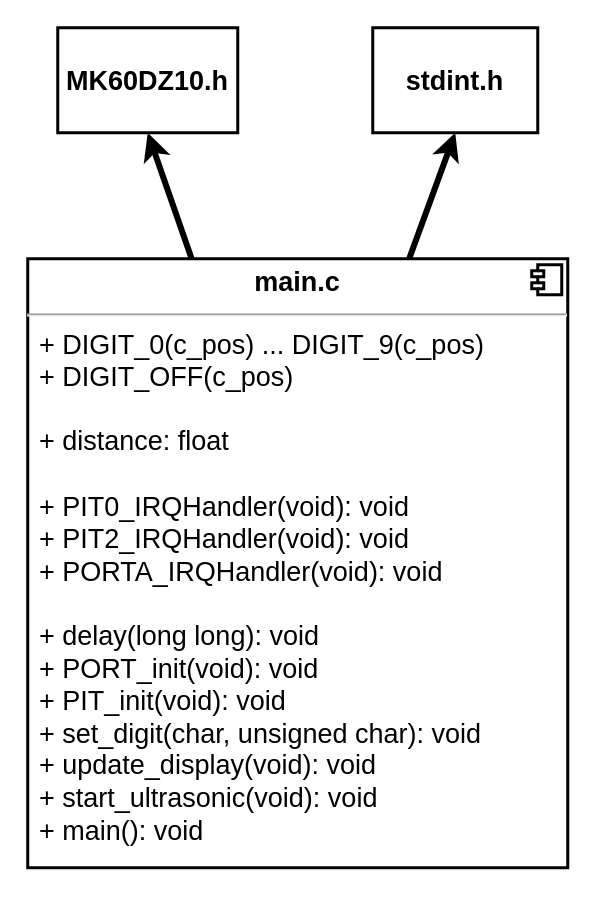
Above: page "Class diagram" (2 of 3) of docs/resources/diagrams.drawio in hungdojan/IMP_Project (draw.io), before the change. Source tidied: cells renumbered, new cells numbered last; positions are measured from the earlier drawing's top-left corner, leaving out a move shared by most shapes. Both pictures are drawn from the tidied source at 150%, with x=0, y=0 at pixel (27, 27).
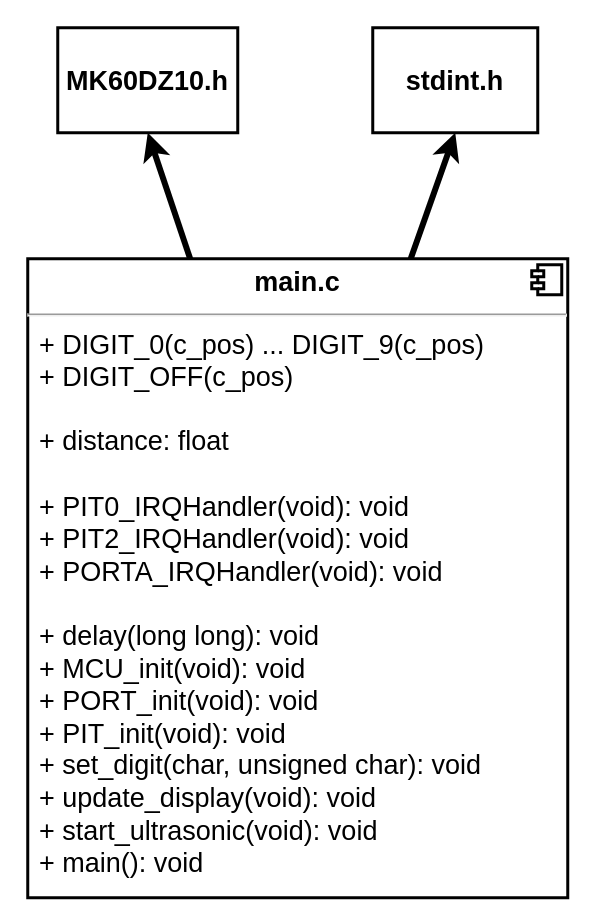
After the change.

Commit message (it also covers changes not shown here):
MCG init

The edit, as a diff of the source:
```diff
@@
 <mxGraphModel>
   <root>
     <mxCell id="0" />
     <mxCell id="1" parent="0" />
     <mxCell id="2" style="html=1;entryX=0.5;entryY=1;entryDx=0;entryDy=0;fontSize=18;elbow=vertical;strokeWidth=4;" parent="1" edge="1" source="4" target="6">
       <mxGeometry relative="1" as="geometry" />
     </mxCell>
     <mxCell id="3" style="edgeStyle=none;html=1;entryX=0.5;entryY=1;entryDx=0;entryDy=0;fontSize=18;strokeWidth=4;elbow=vertical;" parent="1" edge="1" source="4" target="7">
       <mxGeometry relative="1" as="geometry" />
     </mxCell>
-    <mxCell id="4" value="&lt;p style=&quot;margin: 6px 0px 0px; text-align: center; font-size: 18px;&quot;&gt;&lt;b style=&quot;font-size: 18px;&quot;&gt;main.c&lt;/b&gt;&lt;/p&gt;&lt;hr style=&quot;font-size: 18px;&quot;&gt;&lt;p style=&quot;margin: 0px 0px 0px 8px; font-size: 18px;&quot;&gt;+ DIGIT_0(c_pos) ... DIGIT_9(c_pos)&lt;/p&gt;&lt;p style=&quot;margin: 0px 0px 0px 8px; font-size: 18px;&quot;&gt;&lt;span style=&quot;font-size: 18px;&quot;&gt;+ DIGIT_OFF(c_pos)&lt;/span&gt;&lt;/p&gt;&lt;p style=&quot;margin: 0px 0px 0px 8px; font-size: 18px;&quot;&gt;&lt;span style=&quot;font-size: 18px;&quot;&gt;&lt;br style=&quot;font-size: 18px;&quot;&gt;&lt;/span&gt;&lt;/p&gt;&lt;p style=&quot;margin: 0px 0px 0px 8px; font-size: 18px;&quot;&gt;&lt;span style=&quot;font-size: 18px;&quot;&gt;+ distance: float&lt;/span&gt;&lt;/p&gt;&lt;p style=&quot;margin: 0px 0px 0px 8px; font-size: 18px;&quot;&gt;&lt;br style=&quot;font-size: 18px;&quot;&gt;&lt;/p&gt;&lt;p style=&quot;margin: 0px 0px 0px 8px; font-size: 18px;&quot;&gt;+ PIT0_IRQHandler(void): void&lt;/p&gt;&lt;p style=&quot;margin: 0px 0px 0px 8px; font-size: 18px;&quot;&gt;+ PIT2_IRQHandler(void): void&lt;/p&gt;&lt;p style=&quot;margin: 0px 0px 0px 8px; font-size: 18px;&quot;&gt;+ PORTA_IRQHandler(void): void&lt;/p&gt;&lt;p style=&quot;margin: 0px 0px 0px 8px; font-size: 18px;&quot;&gt;&lt;br style=&quot;font-size: 18px;&quot;&gt;&lt;/p&gt;&lt;p style=&quot;margin: 0px 0px 0px 8px; font-size: 18px;&quot;&gt;&lt;span style=&quot;font-size: 18px;&quot;&gt;+ delay(long long): void&lt;/span&gt;&lt;/p&gt;&lt;p style=&quot;margin: 0px 0px 0px 8px; font-size: 18px;&quot;&gt;&lt;span style=&quot;font-size: 18px;&quot;&gt;+ PORT_init(void): void&lt;/span&gt;&lt;/p&gt;&lt;p style=&quot;margin: 0px 0px 0px 8px; font-size: 18px;&quot;&gt;&lt;span style=&quot;font-size: 18px;&quot;&gt;+ PIT_init(void): void&lt;/span&gt;&lt;/p&gt;&lt;p style=&quot;margin: 0px 0px 0px 8px; font-size: 18px;&quot;&gt;+ set_digit(char, unsigned char): void&lt;/p&gt;&lt;p style=&quot;margin: 0px 0px 0px 8px; font-size: 18px;&quot;&gt;+ update_display(void): void&lt;/p&gt;&lt;p style=&quot;margin: 0px 0px 0px 8px; font-size: 18px;&quot;&gt;+ start_ultrasonic(void): void&lt;/p&gt;&lt;p style=&quot;margin: 0px 0px 0px 8px; font-size: 18px;&quot;&gt;+ main(): void&lt;br style=&quot;font-size: 18px;&quot;&gt;&lt;/p&gt;&lt;p style=&quot;margin: 0px 0px 0px 8px; font-size: 18px;&quot;&gt;&lt;br style=&quot;font-size: 18px;&quot;&gt;&lt;/p&gt;&lt;p style=&quot;margin: 0px 0px 0px 8px; font-size: 18px;&quot;&gt;&lt;br style=&quot;font-size: 18px;&quot;&gt;&lt;/p&gt;" style="align=left;overflow=fill;html=1;fontSize=18;strokeWidth=2;" parent="1" vertex="1">
-      <mxGeometry y="154" width="360" height="406" as="geometry" />
+    <mxCell id="4" value="&lt;p style=&quot;margin: 6px 0px 0px ; text-align: center ; font-size: 18px&quot;&gt;&lt;b style=&quot;font-size: 18px&quot;&gt;main.c&lt;/b&gt;&lt;/p&gt;&lt;hr style=&quot;font-size: 18px&quot;&gt;&lt;p style=&quot;margin: 0px 0px 0px 8px ; font-size: 18px&quot;&gt;+ DIGIT_0(c_pos) ... DIGIT_9(c_pos)&lt;/p&gt;&lt;p style=&quot;margin: 0px 0px 0px 8px ; font-size: 18px&quot;&gt;&lt;span style=&quot;font-size: 18px&quot;&gt;+ DIGIT_OFF(c_pos)&lt;/span&gt;&lt;/p&gt;&lt;p style=&quot;margin: 0px 0px 0px 8px ; font-size: 18px&quot;&gt;&lt;span style=&quot;font-size: 18px&quot;&gt;&lt;br style=&quot;font-size: 18px&quot;&gt;&lt;/span&gt;&lt;/p&gt;&lt;p style=&quot;margin: 0px 0px 0px 8px ; font-size: 18px&quot;&gt;&lt;span style=&quot;font-size: 18px&quot;&gt;+ distance: float&lt;/span&gt;&lt;/p&gt;&lt;p style=&quot;margin: 0px 0px 0px 8px ; font-size: 18px&quot;&gt;&lt;br style=&quot;font-size: 18px&quot;&gt;&lt;/p&gt;&lt;p style=&quot;margin: 0px 0px 0px 8px ; font-size: 18px&quot;&gt;+ PIT0_IRQHandler(void): void&lt;/p&gt;&lt;p style=&quot;margin: 0px 0px 0px 8px ; font-size: 18px&quot;&gt;+ PIT2_IRQHandler(void): void&lt;/p&gt;&lt;p style=&quot;margin: 0px 0px 0px 8px ; font-size: 18px&quot;&gt;+ PORTA_IRQHandler(void): void&lt;/p&gt;&lt;p style=&quot;margin: 0px 0px 0px 8px ; font-size: 18px&quot;&gt;&lt;br style=&quot;font-size: 18px&quot;&gt;&lt;/p&gt;&lt;p style=&quot;margin: 0px 0px 0px 8px ; font-size: 18px&quot;&gt;&lt;span style=&quot;font-size: 18px&quot;&gt;+ delay(long long): void&lt;/span&gt;&lt;/p&gt;&lt;p style=&quot;margin: 0px 0px 0px 8px ; font-size: 18px&quot;&gt;&lt;span style=&quot;font-size: 18px&quot;&gt;+ MCU_init(void): void&lt;/span&gt;&lt;/p&gt;&lt;p style=&quot;margin: 0px 0px 0px 8px ; font-size: 18px&quot;&gt;&lt;span style=&quot;font-size: 18px&quot;&gt;+ PORT_init(void): void&lt;/span&gt;&lt;/p&gt;&lt;p style=&quot;margin: 0px 0px 0px 8px ; font-size: 18px&quot;&gt;&lt;span style=&quot;font-size: 18px&quot;&gt;+ PIT_init(void): void&lt;/span&gt;&lt;/p&gt;&lt;p style=&quot;margin: 0px 0px 0px 8px ; font-size: 18px&quot;&gt;+ set_digit(char, unsigned char): void&lt;/p&gt;&lt;p style=&quot;margin: 0px 0px 0px 8px ; font-size: 18px&quot;&gt;+ update_display(void): void&lt;/p&gt;&lt;p style=&quot;margin: 0px 0px 0px 8px ; font-size: 18px&quot;&gt;+ start_ultrasonic(void): void&lt;/p&gt;&lt;p style=&quot;margin: 0px 0px 0px 8px ; font-size: 18px&quot;&gt;+ main(): void&lt;br style=&quot;font-size: 18px&quot;&gt;&lt;/p&gt;&lt;p style=&quot;margin: 0px 0px 0px 8px ; font-size: 18px&quot;&gt;&lt;br style=&quot;font-size: 18px&quot;&gt;&lt;/p&gt;&lt;p style=&quot;margin: 0px 0px 0px 8px ; font-size: 18px&quot;&gt;&lt;br style=&quot;font-size: 18px&quot;&gt;&lt;/p&gt;" style="align=left;overflow=fill;html=1;fontSize=18;strokeWidth=2;" parent="1" vertex="1">
+      <mxGeometry y="154" width="360" height="426" as="geometry" />
     </mxCell>
     <mxCell id="5" style="shape=component;jettyWidth=8;jettyHeight=4;fontSize=18;strokeWidth=2;" parent="4" vertex="1">
       <mxGeometry x="1" width="20" height="20" relative="1" as="geometry">
         <mxPoint x="-24" y="4" as="offset" />
       </mxGeometry>
     </mxCell>
     <mxCell id="6" value="&lt;p style=&quot;margin: 4px 0px 0px; text-align: center; font-size: 18px;&quot;&gt;&lt;br style=&quot;font-size: 18px;&quot;&gt;&lt;b style=&quot;font-size: 18px;&quot;&gt;MK60DZ10.h&lt;/b&gt;&lt;/p&gt;" style="verticalAlign=top;align=left;overflow=fill;fontSize=18;fontFamily=Helvetica;html=1;strokeWidth=2;" parent="1" vertex="1">
       <mxGeometry x="20" width="120" height="70" as="geometry" />
     </mxCell>
     <mxCell id="7" value="&lt;p style=&quot;margin: 4px 0px 0px; text-align: center; font-size: 18px;&quot;&gt;&lt;br style=&quot;font-size: 18px;&quot;&gt;&lt;b style=&quot;font-size: 18px;&quot;&gt;stdint.h&lt;/b&gt;&lt;/p&gt;" style="verticalAlign=top;align=left;overflow=fill;fontSize=18;fontFamily=Helvetica;html=1;strokeWidth=2;" parent="1" vertex="1">
       <mxGeometry x="230" width="110" height="70" as="geometry" />
     </mxCell>
   </root>
 </mxGraphModel>
```
